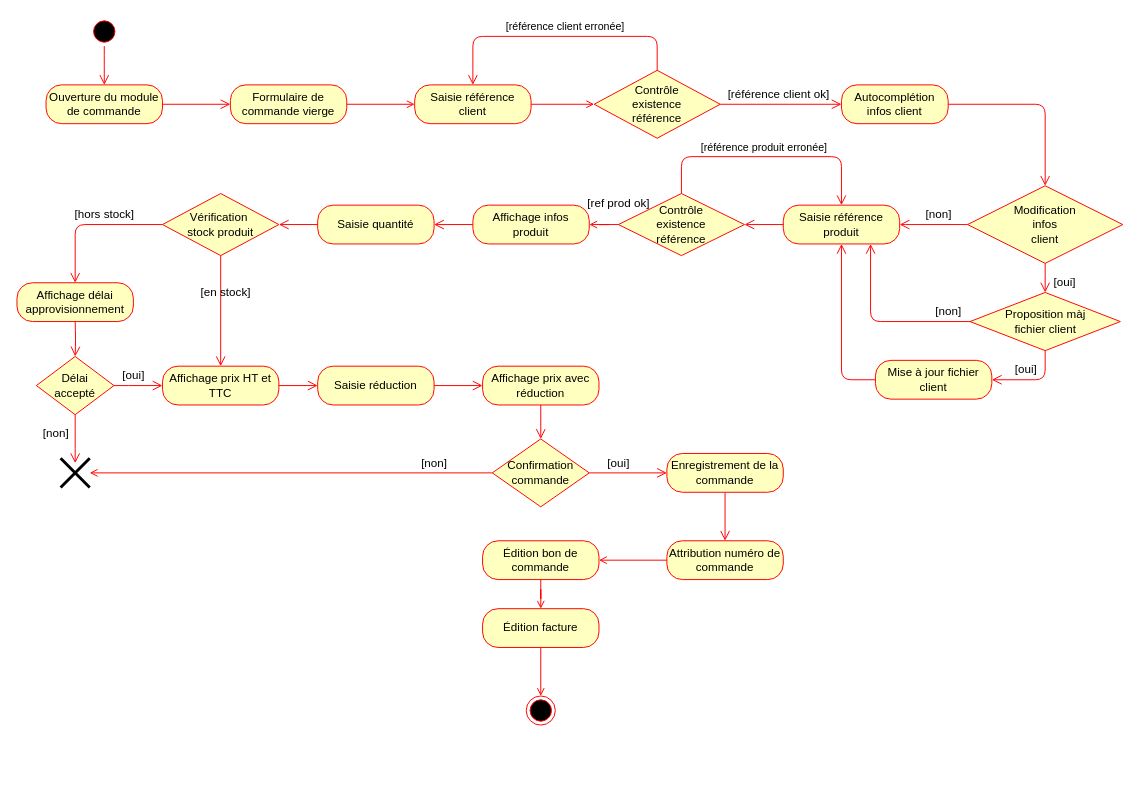
Before: DOCS/UML/ActivityDiagram.drawio in anaviktoriv/CDA_20046-1, a draw.io diagram. Source tidied: cells renumbered, new cells numbered last; positions are measured from the earlier drawing's top-left corner, leaving out a move shared by most shapes. Both pictures are drawn from the tidied source at 97%, with x=0, y=0 at pixel (16, 16).
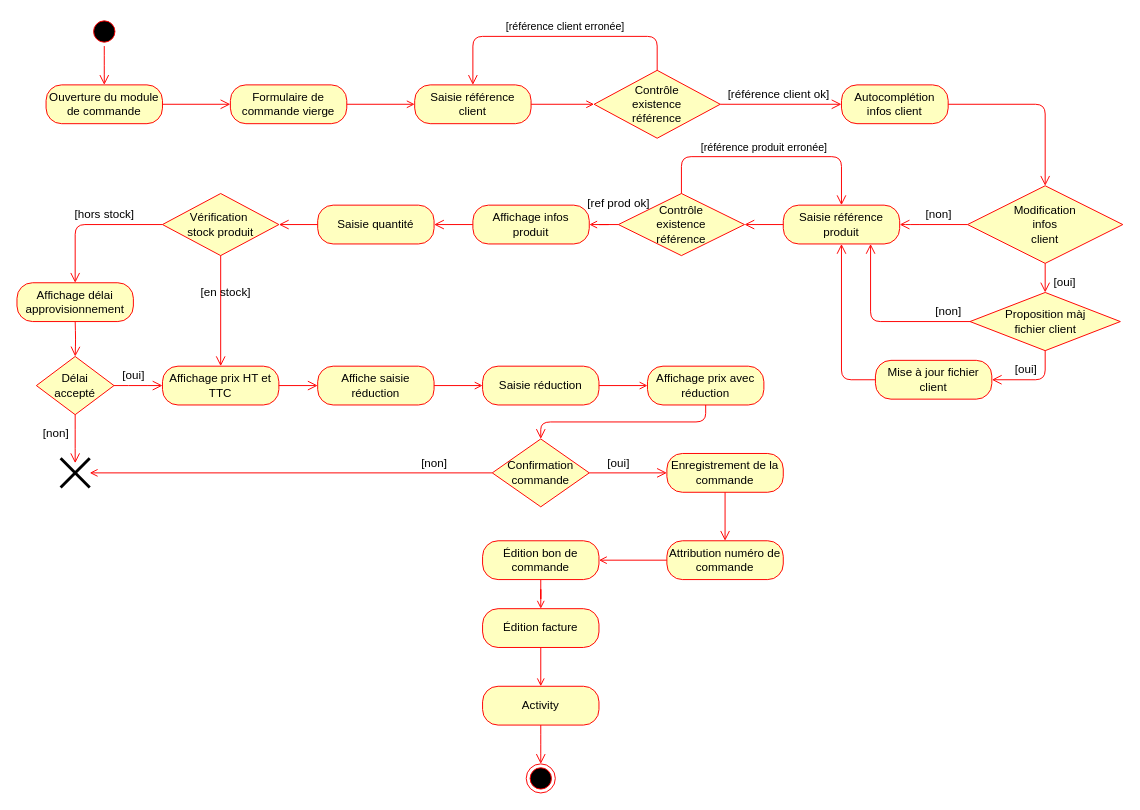
The same diagram, later.

Commit message (it also covers changes not shown here):
modification ActivityDiagram

Unchanged cells that the change refers to:
```xml
<mxCell id="2" style="ellipse;html=1;shape=startState;fillColor=#000000;strokeColor=#ff0000;" parent="1" vertex="1">
  <mxGeometry x="75" width="30" height="30" as="geometry" />
</mxCell>
<mxCell id="61" value="Confirmation&lt;br&gt;commande" style="rhombus;whiteSpace=wrap;html=1;fillColor=#ffffc0;strokeColor=#ff0000;direction=east;" parent="1" vertex="1">
  <mxGeometry x="490" y="435" width="100" height="70" as="geometry" />
</mxCell>
<mxCell id="71" value="Édition facture" style="rounded=1;whiteSpace=wrap;html=1;arcSize=40;fontColor=#000000;fillColor=#ffffc0;strokeColor=#ff0000;" parent="1" vertex="1">
  <mxGeometry x="480" y="610" width="120" height="40" as="geometry" />
</mxCell>
```

The edit, as a diff of the source:
```diff
@@
-    <mxCell id="3" style="edgeStyle=orthogonalEdgeStyle;html=1;verticalAlign=bottom;endArrow=open;endSize=8;strokeColor=#ff0000;" parent="1" edge="1" source="2">
+    <mxCell id="3" style="edgeStyle=orthogonalEdgeStyle;html=1;verticalAlign=bottom;endArrow=open;endSize=8;strokeColor=#ff0000;exitX=0.5;exitY=1;exitDx=0;exitDy=0;" parent="1" edge="1" source="2">
       <mxGeometry relative="1" as="geometry">
         <mxPoint x="90" y="70" as="targetPoint" />
       </mxGeometry>
     </mxCell>
@@
+    <mxCell id="73" style="edgeStyle=orthogonalEdgeStyle;rounded=0;jettySize=auto;html=1;endArrow=open;endFill=0;strokeColor=#FF0000;" parent="1" edge="1" source="55" target="75">
+      <mxGeometry relative="1" as="geometry" />
+    </mxCell>
-    <mxCell id="55" value="Saisie réduction" style="rounded=1;whiteSpace=wrap;html=1;arcSize=40;fontColor=#000000;fillColor=#ffffc0;strokeColor=#ff0000;" parent="1" vertex="1">
+    <mxCell id="55" value="Affiche saisie réduction" style="rounded=1;whiteSpace=wrap;html=1;arcSize=40;fontColor=#000000;fillColor=#ffffc0;strokeColor=#ff0000;" parent="1" vertex="1">
       <mxGeometry x="310" y="360" width="120" height="40" as="geometry" />
     </mxCell>
-    <mxCell id="56" style="edgeStyle=orthogonalEdgeStyle;html=1;verticalAlign=bottom;endArrow=open;endSize=8;strokeColor=#ff0000;exitX=1;exitY=0.5;exitDx=0;exitDy=0;entryX=0;entryY=0.5;entryDx=0;entryDy=0;" parent="1" edge="1" source="55" target="57">
-      <mxGeometry relative="1" as="geometry" />
-    </mxCell>
+    <mxCell id="74" style="edgeStyle=orthogonalEdgeStyle;rounded=0;jettySize=auto;html=1;exitX=1;exitY=0.5;exitDx=0;exitDy=0;entryX=0;entryY=0.5;entryDx=0;entryDy=0;endArrow=open;endFill=0;strokeColor=#FF0000;" parent="1" edge="1" source="75" target="57">
+      <mxGeometry relative="1" as="geometry" />
+    </mxCell>
+    <mxCell id="75" value="Saisie réduction" style="rounded=1;whiteSpace=wrap;html=1;arcSize=40;fontColor=#000000;fillColor=#ffffc0;strokeColor=#ff0000;" parent="1" vertex="1">
+      <mxGeometry x="480" y="360" width="120" height="40" as="geometry" />
+    </mxCell>
     <mxCell id="57" value="Affichage prix avec réduction" style="rounded=1;whiteSpace=wrap;html=1;arcSize=40;fontColor=#000000;fillColor=#ffffc0;strokeColor=#ff0000;" parent="1" vertex="1">
-      <mxGeometry x="480" y="360" width="120" height="40" as="geometry" />
+      <mxGeometry x="650" y="360" width="120" height="40" as="geometry" />
     </mxCell>
-    <mxCell id="58" style="edgeStyle=orthogonalEdgeStyle;html=1;verticalAlign=bottom;endArrow=open;endSize=8;strokeColor=#ff0000;entryX=0.5;entryY=0;entryDx=0;entryDy=0;" parent="1" edge="1" source="57" target="61">
+    <mxCell id="58" style="edgeStyle=orthogonalEdgeStyle;html=1;verticalAlign=bottom;endArrow=open;endSize=8;strokeColor=#ff0000;entryX=0.5;entryY=0;entryDx=0;entryDy=0;exitX=0.5;exitY=1;exitDx=0;exitDy=0;" parent="1" edge="1" source="57" target="61">
       <mxGeometry relative="1" as="geometry" />
     </mxCell>
@@
-    <mxCell id="70" style="edgeStyle=orthogonalEdgeStyle;rounded=0;jettySize=auto;html=1;endArrow=open;endFill=0;strokeColor=#FF0000;entryX=0.5;entryY=0;entryDx=0;entryDy=0;" parent="1" edge="1" source="71" target="72">
+    <mxCell id="70" style="edgeStyle=orthogonalEdgeStyle;rounded=0;jettySize=auto;html=1;endArrow=open;endFill=0;strokeColor=#FF0000;entryX=0.5;entryY=0;entryDx=0;entryDy=0;" parent="1" edge="1" source="71" target="76">
       <mxGeometry relative="1" as="geometry" />
     </mxCell>
@@
     <mxCell id="72" style="ellipse;html=1;shape=endState;fillColor=#000000;strokeColor=#ff0000;" parent="1" vertex="1">
-      <mxGeometry x="525" y="700" width="30" height="30" as="geometry" />
+      <mxGeometry x="525" y="770" width="30" height="30" as="geometry" />
     </mxCell>
+    <mxCell id="76" value="Activity" style="rounded=1;whiteSpace=wrap;html=1;arcSize=40;fontColor=#000000;fillColor=#ffffc0;strokeColor=#ff0000;" parent="1" vertex="1">
+      <mxGeometry x="480" y="690" width="120" height="40" as="geometry" />
+    </mxCell>
+    <mxCell id="77" style="edgeStyle=orthogonalEdgeStyle;html=1;verticalAlign=bottom;endArrow=open;endSize=8;strokeColor=#ff0000;" parent="1" edge="1" source="76">
+      <mxGeometry relative="1" as="geometry">
+        <mxPoint x="540" y="770" as="targetPoint" />
+      </mxGeometry>
+    </mxCell>
```
